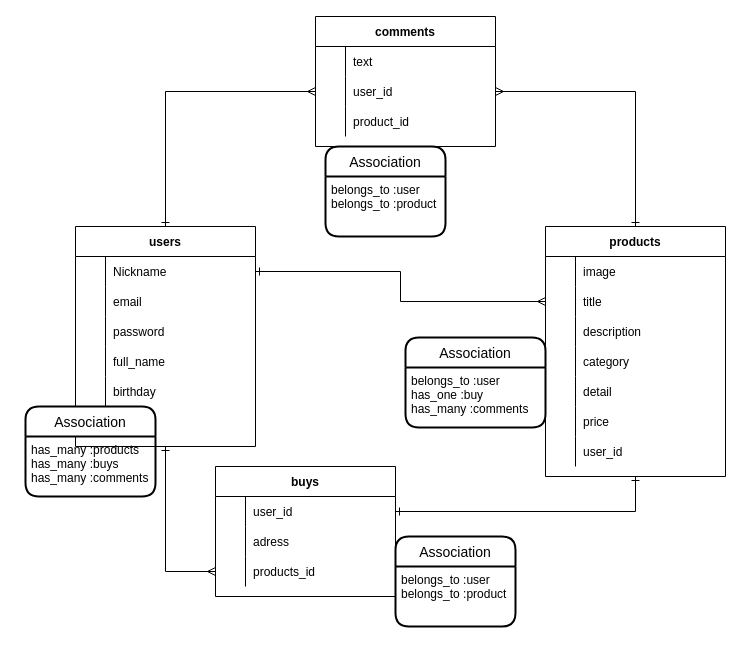
Above: furima.dio in fukui-jin/furima-33992 (draw.io), before the change. Source tidied: cells renumbered, new cells numbered last; positions are measured from the earlier drawing's top-left corner, leaving out a move shared by most shapes. Both pictures are drawn from the tidied source at 100%, with x=0, y=0 at pixel (25, 16).
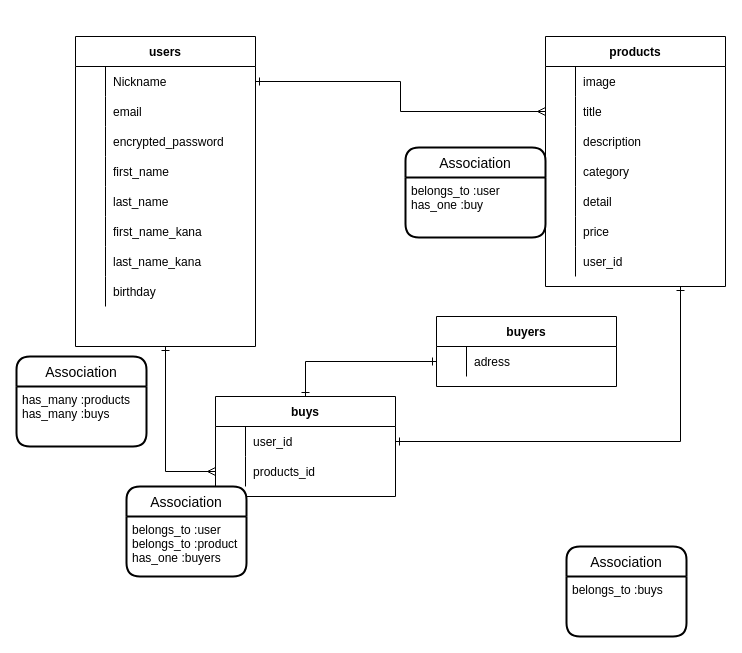
Above is the later version.

Unchanged cells that the change refers to:
```xml
<mxCell id="11" style="shape=partialRectangle;fillColor=none;top=0;left=0;bottom=0;right=0;" parent="4" vertex="1">
  <mxGeometry y="90" width="180" height="30" as="geometry" />
</mxCell>
<mxCell id="14" style="shape=partialRectangle;fillColor=none;top=0;left=0;bottom=0;right=0;" parent="4" vertex="1">
  <mxGeometry y="120" width="180" height="30" as="geometry" />
</mxCell>
<mxCell id="44" style="shape=partialRectangle;fillColor=none;top=0;left=0;bottom=0;right=0;points=[[0,0.5],[1,0.5]];portConstraint=eastwest;" parent="43" vertex="1">
  <mxGeometry y="30" width="180" height="30" as="geometry" />
</mxCell>
```

The edit, as a diff of the source:
```diff
@@
-    <mxCell id="3" style="edgeStyle=orthogonalEdgeStyle;rounded=0;jettySize=auto;html=1;exitX=0.5;exitY=0;exitDx=0;exitDy=0;entryX=0;entryY=0.5;entryDx=0;entryDy=0;startArrow=ERone;startFill=0;endArrow=ERmany;endFill=0;" parent="1" edge="1" source="4" target="65">
-      <mxGeometry relative="1" as="geometry" />
-    </mxCell>
     <mxCell id="4" value="users" style="shape=table;startSize=30;childLayout=tableLayout;rowLines=0;fontStyle=1;align=center;" parent="1" vertex="1">
-      <mxGeometry x="50" y="210" width="180" height="220" as="geometry" />
+      <mxGeometry x="50" y="20" width="180" height="310" as="geometry" />
     </mxCell>
@@
-    <mxCell id="13" value="password" style="shape=partialRectangle;fillColor=none;top=0;left=0;bottom=0;right=0;align=left;spacingLeft=6;overflow=hidden;" parent="11" vertex="1">
+    <mxCell id="13" value="encrypted_password" style="shape=partialRectangle;fillColor=none;top=0;left=0;bottom=0;right=0;align=left;spacingLeft=6;overflow=hidden;" parent="11" vertex="1">
       <mxGeometry x="30" width="150" height="30" as="geometry" />
     </mxCell>
@@
-    <mxCell id="16" value="full_name" style="shape=partialRectangle;fillColor=none;top=0;left=0;bottom=0;right=0;align=left;spacingLeft=6;overflow=hidden;" parent="14" vertex="1">
+    <mxCell id="16" value="first_name" style="shape=partialRectangle;fillColor=none;top=0;left=0;bottom=0;right=0;align=left;spacingLeft=6;overflow=hidden;" parent="14" vertex="1">
       <mxGeometry x="30" width="150" height="30" as="geometry" />
     </mxCell>
+    <mxCell id="73" style="shape=partialRectangle;fillColor=none;top=0;left=0;bottom=0;right=0;" parent="4" vertex="1">
+      <mxGeometry y="150" width="180" height="30" as="geometry" />
+    </mxCell>
+    <mxCell id="74" style="shape=partialRectangle;fillColor=none;top=0;left=0;bottom=0;right=0;overflow=hidden;" parent="73" vertex="1">
+      <mxGeometry width="30" height="30" as="geometry" />
+    </mxCell>
+    <mxCell id="75" value="last_name" style="shape=partialRectangle;fillColor=none;top=0;left=0;bottom=0;right=0;align=left;spacingLeft=6;overflow=hidden;" parent="73" vertex="1">
+      <mxGeometry x="30" width="150" height="30" as="geometry" />
+    </mxCell>
+    <mxCell id="76" style="shape=partialRectangle;fillColor=none;top=0;left=0;bottom=0;right=0;" parent="4" vertex="1">
+      <mxGeometry y="180" width="180" height="30" as="geometry" />
+    </mxCell>
+    <mxCell id="77" style="shape=partialRectangle;fillColor=none;top=0;left=0;bottom=0;right=0;overflow=hidden;" parent="76" vertex="1">
+      <mxGeometry width="30" height="30" as="geometry" />
+    </mxCell>
+    <mxCell id="78" value="first_name_kana" style="shape=partialRectangle;fillColor=none;top=0;left=0;bottom=0;right=0;align=left;spacingLeft=6;overflow=hidden;" parent="76" vertex="1">
+      <mxGeometry x="30" width="150" height="30" as="geometry" />
+    </mxCell>
+    <mxCell id="79" style="shape=partialRectangle;fillColor=none;top=0;left=0;bottom=0;right=0;" parent="4" vertex="1">
+      <mxGeometry y="210" width="180" height="30" as="geometry" />
+    </mxCell>
+    <mxCell id="80" style="shape=partialRectangle;fillColor=none;top=0;left=0;bottom=0;right=0;overflow=hidden;" parent="79" vertex="1">
+      <mxGeometry width="30" height="30" as="geometry" />
+    </mxCell>
+    <mxCell id="81" value="last_name_kana" style="shape=partialRectangle;fillColor=none;top=0;left=0;bottom=0;right=0;align=left;spacingLeft=6;overflow=hidden;" parent="79" vertex="1">
+      <mxGeometry x="30" width="150" height="30" as="geometry" />
+    </mxCell>
     <mxCell id="17" style="shape=partialRectangle;fillColor=none;top=0;left=0;bottom=0;right=0;" parent="4" vertex="1">
-      <mxGeometry y="150" width="180" height="30" as="geometry" />
+      <mxGeometry y="240" width="180" height="30" as="geometry" />
     </mxCell>
@@
-    <mxCell id="20" style="edgeStyle=orthogonalEdgeStyle;rounded=0;jettySize=auto;html=1;exitX=0.5;exitY=0;exitDx=0;exitDy=0;entryX=1;entryY=0.5;entryDx=0;entryDy=0;startArrow=ERone;startFill=0;endArrow=ERmany;endFill=0;" parent="1" edge="1" source="21" target="65">
-      <mxGeometry relative="1" as="geometry" />
-    </mxCell>
     <mxCell id="21" value="products" style="shape=table;startSize=30;childLayout=tableLayout;rowLines=0;fontStyle=1;align=center;" parent="1" vertex="1">
-      <mxGeometry x="520" y="210" width="180" height="250" as="geometry" />
+      <mxGeometry x="520" y="20" width="180" height="250" as="geometry" />
     </mxCell>
@@
+    <mxCell id="82" style="edgeStyle=orthogonalEdgeStyle;rounded=0;jettySize=auto;html=1;exitX=0.5;exitY=0;exitDx=0;exitDy=0;entryX=0;entryY=0.5;entryDx=0;entryDy=0;startArrow=ERone;startFill=0;endArrow=ERone;endFill=0;" parent="1" edge="1" source="43" target="62">
+      <mxGeometry relative="1" as="geometry" />
+    </mxCell>
     <mxCell id="43" value="buys" style="shape=table;startSize=30;childLayout=tableLayout;rowLines=0;fontStyle=1;align=center;" parent="1" vertex="1">
-      <mxGeometry x="190" y="450" width="180" height="130" as="geometry" />
+      <mxGeometry x="190" y="380" width="180" height="100" as="geometry" />
     </mxCell>
@@
-    <mxCell id="47" style="shape=partialRectangle;fillColor=none;top=0;left=0;bottom=0;right=0;" parent="43" vertex="1">
-      <mxGeometry y="60" width="180" height="30" as="geometry" />
-    </mxCell>
-    <mxCell id="48" style="shape=partialRectangle;fillColor=none;top=0;left=0;bottom=0;right=0;overflow=hidden;" parent="47" vertex="1">
-      <mxGeometry width="30" height="30" as="geometry" />
-    </mxCell>
-    <mxCell id="49" value="adress" style="shape=partialRectangle;fillColor=none;top=0;left=0;bottom=0;right=0;align=left;spacingLeft=6;overflow=hidden;" parent="47" vertex="1">
-      <mxGeometry x="30" width="150" height="30" as="geometry" />
-    </mxCell>
     <mxCell id="50" style="shape=partialRectangle;fillColor=none;top=0;left=0;bottom=0;right=0;points=[[0,0.5],[1,0.5]];portConstraint=eastwest;" parent="43" vertex="1">
-      <mxGeometry y="90" width="180" height="30" as="geometry" />
+      <mxGeometry y="60" width="180" height="30" as="geometry" />
     </mxCell>
@@
-    <mxCell id="54" style="edgeStyle=orthogonalEdgeStyle;rounded=0;jettySize=auto;html=1;exitX=1;exitY=0.5;exitDx=0;exitDy=0;entryX=0.5;entryY=1;entryDx=0;entryDy=0;startArrow=ERone;startFill=0;endArrow=ERone;endFill=0;" parent="1" edge="1" source="44" target="21">
+    <mxCell id="54" style="edgeStyle=orthogonalEdgeStyle;rounded=0;jettySize=auto;html=1;exitX=1;exitY=0.5;exitDx=0;exitDy=0;startArrow=ERone;startFill=0;endArrow=ERone;endFill=0;entryX=0.75;entryY=1;entryDx=0;entryDy=0;" parent="1" edge="1" source="44" target="21">
       <mxGeometry relative="1" as="geometry" />
     </mxCell>
     <mxCell id="55" value="Association" style="swimlane;horizontal=1;startSize=30;rounded=1;fontSize=14;fontStyle=0;strokeWidth=2;shadow=0;dashed=0;align=center;" parent="1" vertex="1">
-      <mxGeometry y="390" width="130" height="90" as="geometry" />
+      <mxGeometry x="-9" y="340" width="130" height="90" as="geometry" />
     </mxCell>
-    <mxCell id="56" value="has_many :products&#10;has_many :buys&#10;has_many :comments" style="align=left;strokeColor=none;fillColor=none;spacingLeft=4;fontSize=12;verticalAlign=top;" parent="55" vertex="1">
+    <mxCell id="56" value="has_many :products&#10;has_many :buys" style="align=left;strokeColor=none;fillColor=none;spacingLeft=4;fontSize=12;verticalAlign=top;" parent="55" vertex="1">
       <mxGeometry y="30" width="130" height="60" as="geometry" />
     </mxCell>
     <mxCell id="57" value="Association" style="swimlane;horizontal=1;startSize=30;rounded=1;fontSize=14;fontStyle=0;strokeWidth=2;shadow=0;dashed=0;align=center;" parent="1" vertex="1">
-      <mxGeometry x="370" y="520" width="120" height="90" as="geometry" />
+      <mxGeometry x="101" y="470" width="120" height="90" as="geometry" />
     </mxCell>
-    <mxCell id="58" value="belongs_to :user&#10;belongs_to :product" style="align=left;strokeColor=none;fillColor=none;spacingLeft=4;fontSize=12;verticalAlign=top;" parent="57" vertex="1">
+    <mxCell id="58" value="belongs_to :user&#10;belongs_to :product&#10;has_one :buyers" style="align=left;strokeColor=none;fillColor=none;spacingLeft=4;fontSize=12;verticalAlign=top;" parent="57" vertex="1">
       <mxGeometry y="30" width="120" height="60" as="geometry" />
     </mxCell>
     <mxCell id="59" value="Association" style="swimlane;horizontal=1;startSize=30;rounded=1;fontSize=14;fontStyle=0;strokeWidth=2;shadow=0;dashed=0;align=center;" parent="1" vertex="1">
-      <mxGeometry x="380" y="321" width="140" height="90" as="geometry" />
+      <mxGeometry x="380" y="131" width="140" height="90" as="geometry" />
     </mxCell>
-    <mxCell id="60" value="belongs_to :user&#10;has_one :buy&#10;has_many :comments" style="align=left;strokeColor=none;fillColor=none;spacingLeft=4;fontSize=12;verticalAlign=top;" parent="59" vertex="1">
+    <mxCell id="60" value="belongs_to :user&#10;has_one :buy" style="align=left;strokeColor=none;fillColor=none;spacingLeft=4;fontSize=12;verticalAlign=top;" parent="59" vertex="1">
       <mxGeometry y="30" width="140" height="60" as="geometry" />
     </mxCell>
-    <mxCell id="61" value="comments" style="shape=table;startSize=30;childLayout=tableLayout;rowLines=0;fontStyle=1;align=center;" parent="1" vertex="1">
-      <mxGeometry x="290" width="180" height="130" as="geometry" />
-    </mxCell>
+    <mxCell id="83" value="buyers" style="shape=table;startSize=30;childLayout=tableLayout;rowLines=0;fontStyle=1;align=center;" parent="1" vertex="1">
+      <mxGeometry x="411" y="300" width="180" height="70" as="geometry" />
+    </mxCell>
-    <mxCell id="62" style="shape=partialRectangle;fillColor=none;top=0;left=0;bottom=0;right=0;points=[[0,0.5],[1,0.5]];portConstraint=eastwest;" parent="61" vertex="1">
+    <mxCell id="62" style="shape=partialRectangle;fillColor=none;top=0;left=0;bottom=0;right=0;points=[[0,0.5],[1,0.5]];portConstraint=eastwest;" parent="83" vertex="1">
       <mxGeometry y="30" width="180" height="30" as="geometry" />
     </mxCell>
-    <mxCell id="63" style="shape=partialRectangle;fillColor=none;top=0;left=0;bottom=0;right=0;overflow=hidden;" parent="62" vertex="1">
-      <mxGeometry width="30" height="30" as="geometry" />
-    </mxCell>
-    <mxCell id="64" value="text" style="shape=partialRectangle;fillColor=none;top=0;left=0;bottom=0;right=0;align=left;spacingLeft=6;overflow=hidden;" parent="62" vertex="1">
-      <mxGeometry x="30" width="150" height="30" as="geometry" />
-    </mxCell>
-    <mxCell id="65" style="shape=partialRectangle;fillColor=none;top=0;left=0;bottom=0;right=0;points=[[0,0.5],[1,0.5]];portConstraint=eastwest;" parent="61" vertex="1">
-      <mxGeometry y="60" width="180" height="30" as="geometry" />
-    </mxCell>
-    <mxCell id="66" style="shape=partialRectangle;fillColor=none;top=0;left=0;bottom=0;right=0;overflow=hidden;" parent="65" vertex="1">
-      <mxGeometry width="30" height="30" as="geometry" />
-    </mxCell>
-    <mxCell id="67" value="user_id" style="shape=partialRectangle;fillColor=none;top=0;left=0;bottom=0;right=0;align=left;spacingLeft=6;overflow=hidden;" parent="65" vertex="1">
-      <mxGeometry x="30" width="150" height="30" as="geometry" />
-    </mxCell>
-    <mxCell id="68" style="shape=partialRectangle;fillColor=none;top=0;left=0;bottom=0;right=0;" parent="61" vertex="1">
-      <mxGeometry y="90" width="180" height="30" as="geometry" />
-    </mxCell>
-    <mxCell id="69" style="shape=partialRectangle;fillColor=none;top=0;left=0;bottom=0;right=0;overflow=hidden;" parent="68" vertex="1">
-      <mxGeometry width="30" height="30" as="geometry" />
-    </mxCell>
-    <mxCell id="70" value="product_id" style="shape=partialRectangle;fillColor=none;top=0;left=0;bottom=0;right=0;align=left;spacingLeft=6;overflow=hidden;" parent="68" vertex="1">
-      <mxGeometry x="30" width="150" height="30" as="geometry" />
-    </mxCell>
+    <mxCell id="84" style="shape=partialRectangle;fillColor=none;top=0;left=0;bottom=0;right=0;overflow=hidden;" parent="62" vertex="1">
+      <mxGeometry width="30" height="30" as="geometry" />
+    </mxCell>
+    <mxCell id="49" value="adress" style="shape=partialRectangle;fillColor=none;top=0;left=0;bottom=0;right=0;align=left;spacingLeft=6;overflow=hidden;" parent="62" vertex="1">
+      <mxGeometry x="30" width="150" height="30" as="geometry" />
+    </mxCell>
     <mxCell id="71" value="Association" style="swimlane;horizontal=1;startSize=30;rounded=1;fontSize=14;fontStyle=0;strokeWidth=2;shadow=0;dashed=0;align=center;" parent="1" vertex="1">
-      <mxGeometry x="300" y="130" width="120" height="90" as="geometry" />
+      <mxGeometry x="541" y="530" width="120" height="90" as="geometry" />
     </mxCell>
-    <mxCell id="72" value="belongs_to :user&#10;belongs_to :product&#10;" style="align=left;strokeColor=none;fillColor=none;spacingLeft=4;fontSize=12;verticalAlign=top;" parent="71" vertex="1">
-      <mxGeometry y="30" width="120" height="60" as="geometry" />
-    </mxCell>
+    <mxCell id="85" value="belongs_to :buys" style="align=left;strokeColor=none;fillColor=none;spacingLeft=4;fontSize=12;verticalAlign=top;" parent="71" vertex="1">
+      <mxGeometry y="30" width="120" height="60" as="geometry" />
+    </mxCell>
```
